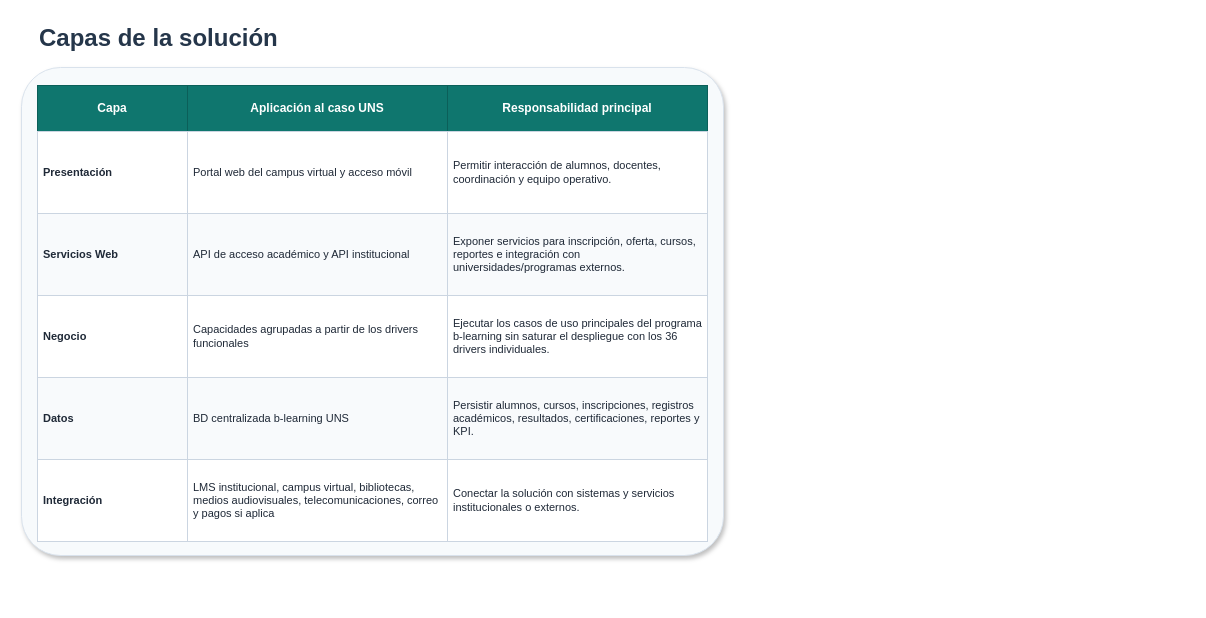
Earlier version of the draw.io diagram page "Capas de la solución" (1 of 3) of diagramas/tablas/Tablas_Arquitectura_Despliegue_BLearning.drawio (Jsue46/exposicionayd). Source tidied: cells renumbered, new cells numbered last; positions are measured from the earlier drawing's top-left corner, leaving out a move shared by most shapes. Both pictures are drawn from the tidied source at 100%, with x=0, y=0 at pixel (21, 17).
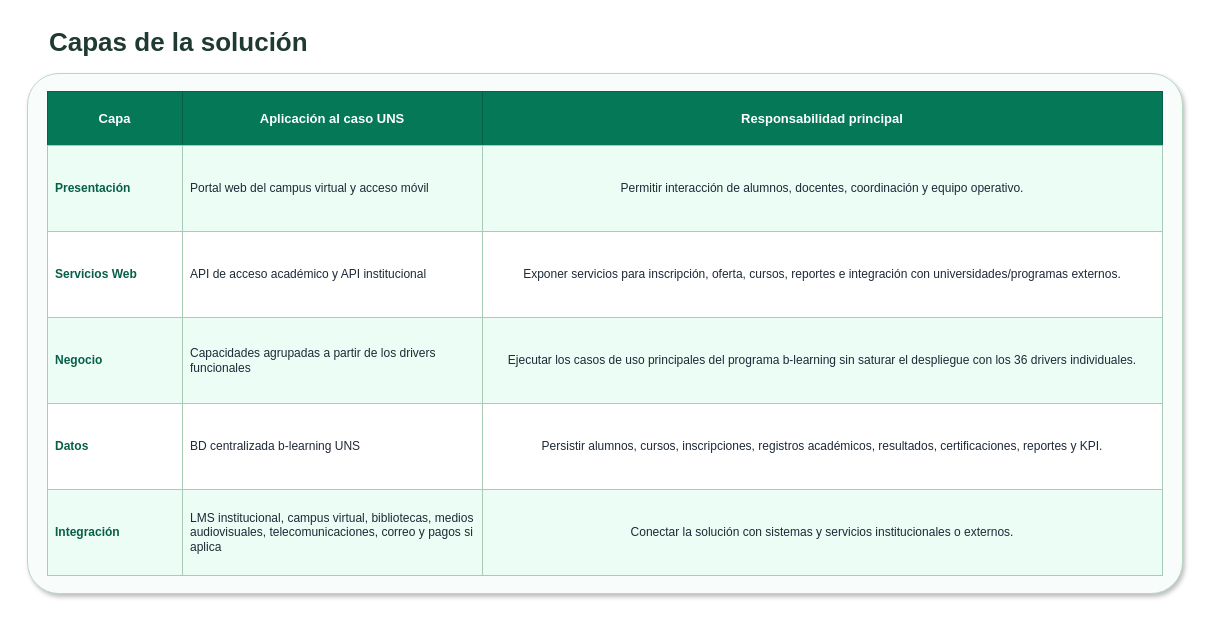
The same page after the edit.

The edit, as a diff of the source:
```diff
@@
-    <mxCell id="2" value="Capas de la solución" style="text;html=1;strokeColor=none;fillColor=none;align=left;verticalAlign=middle;whiteSpace=wrap;rounded=0;fontSize=24;fontStyle=1;fontColor=#25364A;" parent="1" vertex="1">
-      <mxGeometry x="16" width="670" height="42" as="geometry" />
+    <mxCell id="2" value="Capas de la solución" style="text;html=1;strokeColor=none;fillColor=none;align=left;verticalAlign=middle;whiteSpace=wrap;rounded=0;fontSize=26;fontStyle=1;fontColor=#1F3A33;" parent="1" vertex="1">
+      <mxGeometry x="26" y="2" width="1115" height="46" as="geometry" />
     </mxCell>
-    <mxCell id="3" style="rounded=1;whiteSpace=wrap;html=1;fillColor=#F7FAFC;strokeColor=#D9E2EC;arcSize=8;shadow=1;" parent="1" vertex="1">
-      <mxGeometry y="50" width="702" height="488" as="geometry" />
+    <mxCell id="3" style="rounded=1;whiteSpace=wrap;html=1;fillColor=#F8FCFA;strokeColor=#B7D7C2;arcSize=6;shadow=1;" parent="1" vertex="1">
+      <mxGeometry x="6" y="56" width="1155" height="520" as="geometry" />
     </mxCell>
-    <mxCell id="4" value="Capa" style="rounded=0;whiteSpace=wrap;html=1;fillColor=#0F766E;strokeColor=#0B5F59;fontColor=#FFFFFF;fontStyle=1;align=center;verticalAlign=middle;fontSize=12;spacing=6;" parent="1" vertex="1">
-      <mxGeometry x="16" y="68" width="150" height="46" as="geometry" />
+    <mxCell id="4" value="Capa" style="rounded=0;whiteSpace=wrap;html=1;fillColor=#047857;strokeColor=#065F46;fontColor=#FFFFFF;fontStyle=1;align=center;verticalAlign=middle;fontSize=13;spacing=8;" parent="1" vertex="1">
+      <mxGeometry x="26" y="74" width="135" height="54" as="geometry" />
     </mxCell>
-    <mxCell id="5" value="Aplicación al caso UNS" style="rounded=0;whiteSpace=wrap;html=1;fillColor=#0F766E;strokeColor=#0B5F59;fontColor=#FFFFFF;fontStyle=1;align=center;verticalAlign=middle;fontSize=12;spacing=6;" parent="1" vertex="1">
-      <mxGeometry x="166" y="68" width="260" height="46" as="geometry" />
+    <mxCell id="5" value="Aplicación al caso UNS" style="rounded=0;whiteSpace=wrap;html=1;fillColor=#047857;strokeColor=#065F46;fontColor=#FFFFFF;fontStyle=1;align=center;verticalAlign=middle;fontSize=13;spacing=8;" parent="1" vertex="1">
+      <mxGeometry x="161" y="74" width="300" height="54" as="geometry" />
     </mxCell>
-    <mxCell id="6" value="Responsabilidad principal" style="rounded=0;whiteSpace=wrap;html=1;fillColor=#0F766E;strokeColor=#0B5F59;fontColor=#FFFFFF;fontStyle=1;align=center;verticalAlign=middle;fontSize=12;spacing=6;" parent="1" vertex="1">
-      <mxGeometry x="426" y="68" width="260" height="46" as="geometry" />
+    <mxCell id="6" value="Responsabilidad principal" style="rounded=0;whiteSpace=wrap;html=1;fillColor=#047857;strokeColor=#065F46;fontColor=#FFFFFF;fontStyle=1;align=center;verticalAlign=middle;fontSize=13;spacing=8;" parent="1" vertex="1">
+      <mxGeometry x="461" y="74" width="680" height="54" as="geometry" />
     </mxCell>
-    <mxCell id="7" value="Presentación" style="rounded=0;whiteSpace=wrap;html=1;fillColor=#FFFFFF;strokeColor=#CBD5E1;fontColor=#1F2937;fontStyle=1;align=left;verticalAlign=middle;fontSize=11;spacing=6;" parent="1" vertex="1">
-      <mxGeometry x="16" y="114" width="150" height="82" as="geometry" />
+    <mxCell id="7" value="Presentación" style="rounded=0;whiteSpace=wrap;html=1;fillColor=#ECFDF5;strokeColor=#A7CBB6;fontColor=#065F46;fontStyle=1;align=left;verticalAlign=middle;fontSize=12;spacing=8;" parent="1" vertex="1">
+      <mxGeometry x="26" y="128" width="135" height="86" as="geometry" />
     </mxCell>
-    <mxCell id="8" value="Portal web del campus virtual y acceso móvil" style="rounded=0;whiteSpace=wrap;html=1;fillColor=#FFFFFF;strokeColor=#CBD5E1;fontColor=#1F2937;fontStyle=0;align=left;verticalAlign=middle;fontSize=11;spacing=6;" parent="1" vertex="1">
-      <mxGeometry x="166" y="114" width="260" height="82" as="geometry" />
+    <mxCell id="8" value="Portal web del campus virtual y acceso móvil" style="rounded=0;whiteSpace=wrap;html=1;fillColor=#ECFDF5;strokeColor=#A7CBB6;fontColor=#1F2937;fontStyle=0;align=left;verticalAlign=middle;fontSize=12;spacing=8;" parent="1" vertex="1">
+      <mxGeometry x="161" y="128" width="300" height="86" as="geometry" />
     </mxCell>
-    <mxCell id="9" value="Permitir interacción de alumnos, docentes, coordinación y equipo operativo." style="rounded=0;whiteSpace=wrap;html=1;fillColor=#FFFFFF;strokeColor=#CBD5E1;fontColor=#1F2937;fontStyle=0;align=left;verticalAlign=middle;fontSize=11;spacing=6;" parent="1" vertex="1">
-      <mxGeometry x="426" y="114" width="260" height="82" as="geometry" />
+    <mxCell id="9" value="Permitir interacción de alumnos, docentes, coordinación y equipo operativo." style="rounded=0;whiteSpace=wrap;html=1;fillColor=#ECFDF5;strokeColor=#A7CBB6;fontColor=#1F2937;fontStyle=0;align=center;verticalAlign=middle;fontSize=12;spacing=8;" parent="1" vertex="1">
+      <mxGeometry x="461" y="128" width="680" height="86" as="geometry" />
     </mxCell>
-    <mxCell id="10" value="Servicios Web" style="rounded=0;whiteSpace=wrap;html=1;fillColor=#F8FAFC;strokeColor=#CBD5E1;fontColor=#1F2937;fontStyle=1;align=left;verticalAlign=middle;fontSize=11;spacing=6;" parent="1" vertex="1">
-      <mxGeometry x="16" y="196" width="150" height="82" as="geometry" />
+    <mxCell id="10" value="Servicios Web" style="rounded=0;whiteSpace=wrap;html=1;fillColor=#FFFFFF;strokeColor=#A7CBB6;fontColor=#065F46;fontStyle=1;align=left;verticalAlign=middle;fontSize=12;spacing=8;" parent="1" vertex="1">
+      <mxGeometry x="26" y="214" width="135" height="86" as="geometry" />
     </mxCell>
-    <mxCell id="11" value="API de acceso académico y API institucional" style="rounded=0;whiteSpace=wrap;html=1;fillColor=#F8FAFC;strokeColor=#CBD5E1;fontColor=#1F2937;fontStyle=0;align=left;verticalAlign=middle;fontSize=11;spacing=6;" parent="1" vertex="1">
-      <mxGeometry x="166" y="196" width="260" height="82" as="geometry" />
+    <mxCell id="11" value="API de acceso académico y API institucional" style="rounded=0;whiteSpace=wrap;html=1;fillColor=#FFFFFF;strokeColor=#A7CBB6;fontColor=#1F2937;fontStyle=0;align=left;verticalAlign=middle;fontSize=12;spacing=8;" parent="1" vertex="1">
+      <mxGeometry x="161" y="214" width="300" height="86" as="geometry" />
     </mxCell>
-    <mxCell id="12" value="Exponer servicios para inscripción, oferta, cursos, reportes e integración con universidades/programas externos." style="rounded=0;whiteSpace=wrap;html=1;fillColor=#F8FAFC;strokeColor=#CBD5E1;fontColor=#1F2937;fontStyle=0;align=left;verticalAlign=middle;fontSize=11;spacing=6;" parent="1" vertex="1">
-      <mxGeometry x="426" y="196" width="260" height="82" as="geometry" />
+    <mxCell id="12" value="Exponer servicios para inscripción, oferta, cursos, reportes e integración con universidades/programas externos." style="rounded=0;whiteSpace=wrap;html=1;fillColor=#FFFFFF;strokeColor=#A7CBB6;fontColor=#1F2937;fontStyle=0;align=center;verticalAlign=middle;fontSize=12;spacing=8;" parent="1" vertex="1">
+      <mxGeometry x="461" y="214" width="680" height="86" as="geometry" />
     </mxCell>
-    <mxCell id="13" value="Negocio" style="rounded=0;whiteSpace=wrap;html=1;fillColor=#FFFFFF;strokeColor=#CBD5E1;fontColor=#1F2937;fontStyle=1;align=left;verticalAlign=middle;fontSize=11;spacing=6;" parent="1" vertex="1">
-      <mxGeometry x="16" y="278" width="150" height="82" as="geometry" />
+    <mxCell id="13" value="Negocio" style="rounded=0;whiteSpace=wrap;html=1;fillColor=#ECFDF5;strokeColor=#A7CBB6;fontColor=#065F46;fontStyle=1;align=left;verticalAlign=middle;fontSize=12;spacing=8;" parent="1" vertex="1">
+      <mxGeometry x="26" y="300" width="135" height="86" as="geometry" />
     </mxCell>
-    <mxCell id="14" value="Capacidades agrupadas a partir de los drivers funcionales" style="rounded=0;whiteSpace=wrap;html=1;fillColor=#FFFFFF;strokeColor=#CBD5E1;fontColor=#1F2937;fontStyle=0;align=left;verticalAlign=middle;fontSize=11;spacing=6;" parent="1" vertex="1">
-      <mxGeometry x="166" y="278" width="260" height="82" as="geometry" />
+    <mxCell id="14" value="Capacidades agrupadas a partir de los drivers funcionales" style="rounded=0;whiteSpace=wrap;html=1;fillColor=#ECFDF5;strokeColor=#A7CBB6;fontColor=#1F2937;fontStyle=0;align=left;verticalAlign=middle;fontSize=12;spacing=8;" parent="1" vertex="1">
+      <mxGeometry x="161" y="300" width="300" height="86" as="geometry" />
     </mxCell>
-    <mxCell id="15" value="Ejecutar los casos de uso principales del programa b-learning sin saturar el despliegue con los 36 drivers individuales." style="rounded=0;whiteSpace=wrap;html=1;fillColor=#FFFFFF;strokeColor=#CBD5E1;fontColor=#1F2937;fontStyle=0;align=left;verticalAlign=middle;fontSize=11;spacing=6;" parent="1" vertex="1">
-      <mxGeometry x="426" y="278" width="260" height="82" as="geometry" />
+    <mxCell id="15" value="Ejecutar los casos de uso principales del programa b-learning sin saturar el despliegue con los 36 drivers individuales." style="rounded=0;whiteSpace=wrap;html=1;fillColor=#ECFDF5;strokeColor=#A7CBB6;fontColor=#1F2937;fontStyle=0;align=center;verticalAlign=middle;fontSize=12;spacing=8;" parent="1" vertex="1">
+      <mxGeometry x="461" y="300" width="680" height="86" as="geometry" />
     </mxCell>
-    <mxCell id="16" value="Datos" style="rounded=0;whiteSpace=wrap;html=1;fillColor=#F8FAFC;strokeColor=#CBD5E1;fontColor=#1F2937;fontStyle=1;align=left;verticalAlign=middle;fontSize=11;spacing=6;" parent="1" vertex="1">
-      <mxGeometry x="16" y="360" width="150" height="82" as="geometry" />
+    <mxCell id="16" value="Datos" style="rounded=0;whiteSpace=wrap;html=1;fillColor=#FFFFFF;strokeColor=#A7CBB6;fontColor=#065F46;fontStyle=1;align=left;verticalAlign=middle;fontSize=12;spacing=8;" parent="1" vertex="1">
+      <mxGeometry x="26" y="386" width="135" height="86" as="geometry" />
     </mxCell>
-    <mxCell id="17" value="BD centralizada b-learning UNS" style="rounded=0;whiteSpace=wrap;html=1;fillColor=#F8FAFC;strokeColor=#CBD5E1;fontColor=#1F2937;fontStyle=0;align=left;verticalAlign=middle;fontSize=11;spacing=6;" parent="1" vertex="1">
-      <mxGeometry x="166" y="360" width="260" height="82" as="geometry" />
+    <mxCell id="17" value="BD centralizada b-learning UNS" style="rounded=0;whiteSpace=wrap;html=1;fillColor=#FFFFFF;strokeColor=#A7CBB6;fontColor=#1F2937;fontStyle=0;align=left;verticalAlign=middle;fontSize=12;spacing=8;" parent="1" vertex="1">
+      <mxGeometry x="161" y="386" width="300" height="86" as="geometry" />
     </mxCell>
-    <mxCell id="18" value="Persistir alumnos, cursos, inscripciones, registros académicos, resultados, certificaciones, reportes y KPI." style="rounded=0;whiteSpace=wrap;html=1;fillColor=#F8FAFC;strokeColor=#CBD5E1;fontColor=#1F2937;fontStyle=0;align=left;verticalAlign=middle;fontSize=11;spacing=6;" parent="1" vertex="1">
-      <mxGeometry x="426" y="360" width="260" height="82" as="geometry" />
+    <mxCell id="18" value="Persistir alumnos, cursos, inscripciones, registros académicos, resultados, certificaciones, reportes y KPI." style="rounded=0;whiteSpace=wrap;html=1;fillColor=#FFFFFF;strokeColor=#A7CBB6;fontColor=#1F2937;fontStyle=0;align=center;verticalAlign=middle;fontSize=12;spacing=8;" parent="1" vertex="1">
+      <mxGeometry x="461" y="386" width="680" height="86" as="geometry" />
     </mxCell>
-    <mxCell id="19" value="Integración" style="rounded=0;whiteSpace=wrap;html=1;fillColor=#FFFFFF;strokeColor=#CBD5E1;fontColor=#1F2937;fontStyle=1;align=left;verticalAlign=middle;fontSize=11;spacing=6;" parent="1" vertex="1">
-      <mxGeometry x="16" y="442" width="150" height="82" as="geometry" />
+    <mxCell id="19" value="Integración" style="rounded=0;whiteSpace=wrap;html=1;fillColor=#ECFDF5;strokeColor=#A7CBB6;fontColor=#065F46;fontStyle=1;align=left;verticalAlign=middle;fontSize=12;spacing=8;" parent="1" vertex="1">
+      <mxGeometry x="26" y="472" width="135" height="86" as="geometry" />
     </mxCell>
-    <mxCell id="20" value="LMS institucional, campus virtual, bibliotecas, medios audiovisuales, telecomunicaciones, correo y pagos si aplica" style="rounded=0;whiteSpace=wrap;html=1;fillColor=#FFFFFF;strokeColor=#CBD5E1;fontColor=#1F2937;fontStyle=0;align=left;verticalAlign=middle;fontSize=11;spacing=6;" parent="1" vertex="1">
-      <mxGeometry x="166" y="442" width="260" height="82" as="geometry" />
+    <mxCell id="20" value="LMS institucional, campus virtual, bibliotecas, medios audiovisuales, telecomunicaciones, correo y pagos si aplica" style="rounded=0;whiteSpace=wrap;html=1;fillColor=#ECFDF5;strokeColor=#A7CBB6;fontColor=#1F2937;fontStyle=0;align=left;verticalAlign=middle;fontSize=12;spacing=8;" parent="1" vertex="1">
+      <mxGeometry x="161" y="472" width="300" height="86" as="geometry" />
     </mxCell>
-    <mxCell id="21" value="Conectar la solución con sistemas y servicios institucionales o externos." style="rounded=0;whiteSpace=wrap;html=1;fillColor=#FFFFFF;strokeColor=#CBD5E1;fontColor=#1F2937;fontStyle=0;align=left;verticalAlign=middle;fontSize=11;spacing=6;" parent="1" vertex="1">
-      <mxGeometry x="426" y="442" width="260" height="82" as="geometry" />
+    <mxCell id="21" value="Conectar la solución con sistemas y servicios institucionales o externos." style="rounded=0;whiteSpace=wrap;html=1;fillColor=#ECFDF5;strokeColor=#A7CBB6;fontColor=#1F2937;fontStyle=0;align=center;verticalAlign=middle;fontSize=12;spacing=8;" parent="1" vertex="1">
+      <mxGeometry x="461" y="472" width="680" height="86" as="geometry" />
     </mxCell>
```
